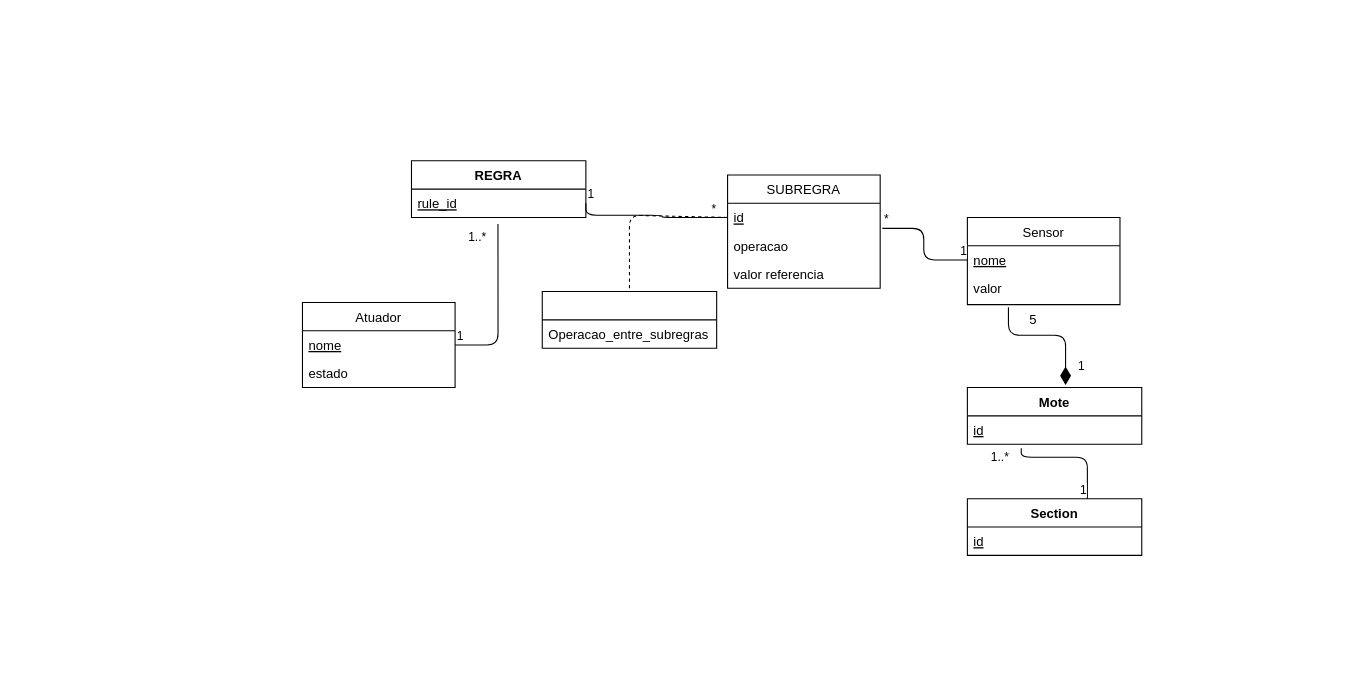
Automation-yatata/Industry4.0-PizzaPlace keeps this draw.io diagram as page "Page-3" (3 of 3) of squematics/DB.drawio. Above is the earlier version. Source tidied: cells renumbered, new cells numbered last; positions are measured from the earlier drawing's top-left corner, leaving out a move shared by most shapes. Both pictures are drawn from the tidied source at 109%, with x=0, y=0 at pixel (302, 160).
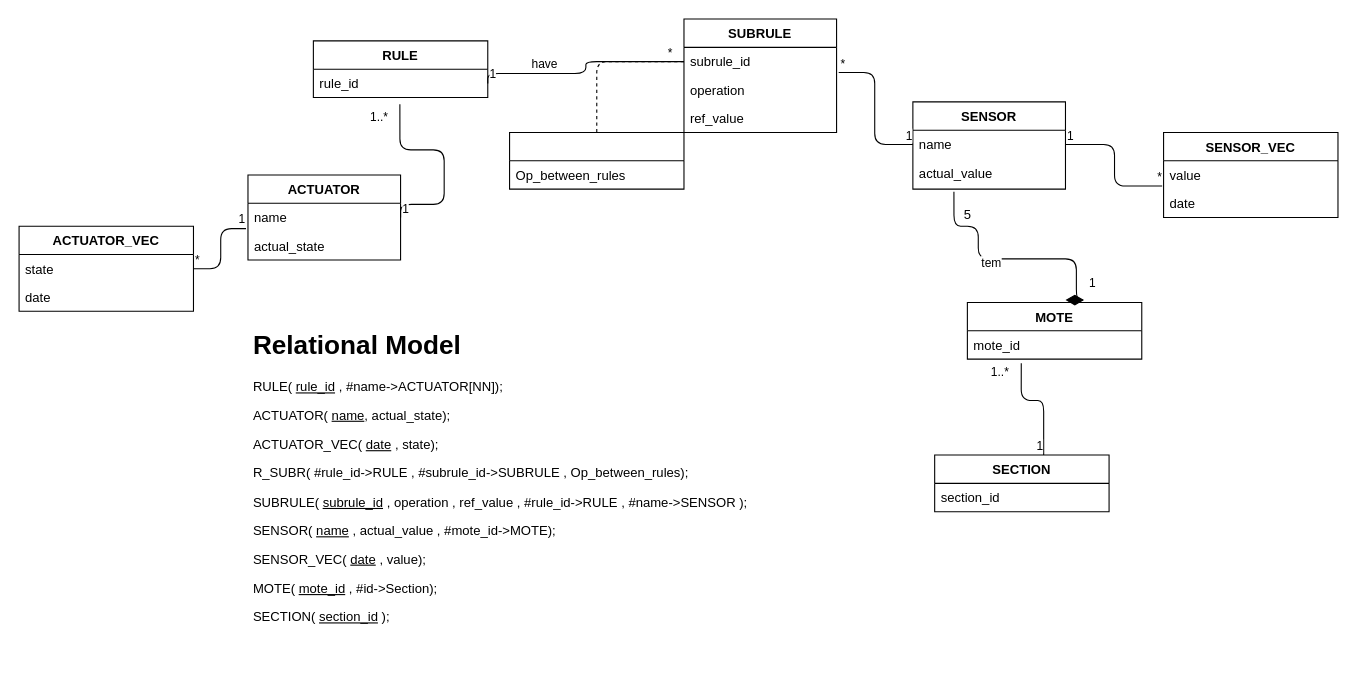
The same page after the edit.

What changed in the source:
```diff
@@
-    <mxCell id="2" value="REGRA" style="swimlane;fontStyle=1;align=center;verticalAlign=top;horizontal=1;startSize=26;" parent="1" vertex="1">
-      <mxGeometry x="100" width="160" height="52" as="geometry" />
+    <mxCell id="2" value="RULE" style="swimlane;fontStyle=1;align=center;verticalAlign=top;horizontal=1;startSize=26;" parent="1" vertex="1">
+      <mxGeometry x="10" y="-110" width="160" height="52" as="geometry" />
     </mxCell>
-    <mxCell id="3" value="rule_id" style="text;strokeColor=none;fillColor=none;align=left;verticalAlign=top;spacingLeft=4;spacingRight=4;overflow=hidden;points=[[0,0.5],[1,0.5]];portConstraint=eastwest;fontStyle=4;" parent="2" vertex="1">
+    <mxCell id="3" value="rule_id" style="text;strokeColor=none;fillColor=none;align=left;verticalAlign=top;spacingLeft=4;spacingRight=4;overflow=hidden;points=[[0,0.5],[1,0.5]];portConstraint=eastwest;fontStyle=0;" parent="2" vertex="1">
       <mxGeometry y="26" width="160" height="26" as="geometry" />
     </mxCell>
-    <mxCell id="4" value="SUBREGRA" style="swimlane;fontStyle=0;horizontal=1;startSize=26;fillColor=none;" parent="1" vertex="1">
-      <mxGeometry x="390" y="13" width="140" height="104" as="geometry" />
+    <mxCell id="4" value="SUBRULE" style="swimlane;fontStyle=1;horizontal=1;startSize=26;fillColor=none;" parent="1" vertex="1">
+      <mxGeometry x="350" y="-130" width="140" height="104" as="geometry" />
     </mxCell>
-    <mxCell id="5" value="id" style="text;strokeColor=none;fillColor=none;align=left;verticalAlign=top;spacingLeft=4;spacingRight=4;overflow=hidden;points=[[0,0.5],[1,0.5]];portConstraint=eastwest;fontStyle=4;" parent="4" vertex="1">
+    <mxCell id="5" value="subrule_id" style="text;strokeColor=none;fillColor=none;align=left;verticalAlign=top;spacingLeft=4;spacingRight=4;overflow=hidden;points=[[0,0.5],[1,0.5]];portConstraint=eastwest;fontStyle=0;" parent="4" vertex="1">
       <mxGeometry y="26" width="140" height="26" as="geometry" />
     </mxCell>
-    <mxCell id="6" value="operacao" style="text;strokeColor=none;fillColor=none;align=left;verticalAlign=top;spacingLeft=4;spacingRight=4;overflow=hidden;" parent="4" vertex="1">
+    <mxCell id="6" value="operation" style="text;strokeColor=none;fillColor=none;align=left;verticalAlign=top;spacingLeft=4;spacingRight=4;overflow=hidden;" parent="4" vertex="1">
       <mxGeometry y="52" width="140" height="26" as="geometry" />
     </mxCell>
-    <mxCell id="7" value="valor referencia" style="text;strokeColor=none;fillColor=none;align=left;verticalAlign=top;spacingLeft=4;spacingRight=4;overflow=hidden;" parent="4" vertex="1">
+    <mxCell id="7" value="ref_value" style="text;strokeColor=none;fillColor=none;align=left;verticalAlign=top;spacingLeft=4;spacingRight=4;overflow=hidden;" parent="4" vertex="1">
       <mxGeometry y="78" width="140" height="26" as="geometry" />
     </mxCell>
     <mxCell id="8" style="endArrow=none;html=1;edgeStyle=orthogonalEdgeStyle;exitX=1;exitY=0.5;exitDx=0;exitDy=0;entryX=0;entryY=0.5;entryDx=0;entryDy=0;" parent="1" edge="1" source="3" target="5">
       <mxGeometry relative="1" as="geometry">
         <Array as="points">
-          <mxPoint x="260" y="50" />
-          <mxPoint x="330" y="50" />
-          <mxPoint x="330" y="52" />
+          <mxPoint x="170" y="-80" />
+          <mxPoint x="260" y="-80" />
+          <mxPoint x="260" y="-91" />
         </Array>
       </mxGeometry>
     </mxCell>
@@
+    <mxCell id="35" value="have" style="edgeLabel;html=1;align=center;verticalAlign=middle;" parent="8" vertex="1">
+      <mxGeometry x="-0.4" y="1" relative="1" as="geometry">
+        <mxPoint y="-9" as="offset" />
+      </mxGeometry>
+    </mxCell>
-    <mxCell id="11" value="Sensor" style="swimlane;fontStyle=0;horizontal=1;startSize=26;fillColor=none;" parent="1" vertex="1">
-      <mxGeometry x="610" y="52" width="140" height="80" as="geometry" />
+    <mxCell id="11" value="SENSOR" style="swimlane;fontStyle=1;horizontal=1;startSize=26;fillColor=none;" parent="1" vertex="1">
+      <mxGeometry x="560" y="-54" width="140" height="80" as="geometry" />
     </mxCell>
-    <mxCell id="12" value="nome" style="text;strokeColor=none;fillColor=none;align=left;verticalAlign=top;spacingLeft=4;spacingRight=4;overflow=hidden;points=[[0,0.5],[1,0.5]];portConstraint=eastwest;fontStyle=4;" parent="11" vertex="1">
+    <mxCell id="12" value="name" style="text;strokeColor=none;fillColor=none;align=left;verticalAlign=top;spacingLeft=4;spacingRight=4;overflow=hidden;points=[[0,0.5],[1,0.5]];portConstraint=eastwest;fontStyle=0;" parent="11" vertex="1">
       <mxGeometry y="26" width="140" height="26" as="geometry" />
     </mxCell>
-    <mxCell id="13" value="valor" style="text;strokeColor=none;fillColor=none;align=left;verticalAlign=top;spacingLeft=4;spacingRight=4;overflow=hidden;points=[[0,0.5],[1,0.5]];portConstraint=eastwest;" parent="11" vertex="1">
+    <mxCell id="13" value="actual_value" style="text;strokeColor=none;fillColor=none;align=left;verticalAlign=top;spacingLeft=4;spacingRight=4;overflow=hidden;points=[[0,0.5],[1,0.5]];portConstraint=eastwest;" parent="11" vertex="1">
       <mxGeometry y="52" width="140" height="28" as="geometry" />
     </mxCell>
-    <mxCell id="14" value="Atuador" style="swimlane;fontStyle=0;horizontal=1;startSize=26;fillColor=none;" parent="1" vertex="1">
-      <mxGeometry y="130" width="140" height="78" as="geometry" />
+    <mxCell id="14" value="ACTUATOR" style="swimlane;fontStyle=1;horizontal=1;startSize=26;fillColor=none;" parent="1" vertex="1">
+      <mxGeometry x="-50" y="13" width="140" height="78" as="geometry" />
     </mxCell>
-    <mxCell id="15" value="nome" style="text;strokeColor=none;fillColor=none;align=left;verticalAlign=top;spacingLeft=4;spacingRight=4;overflow=hidden;points=[[0,0.5],[1,0.5]];portConstraint=eastwest;fontStyle=4;" parent="14" vertex="1">
+    <mxCell id="15" value="name" style="text;strokeColor=none;fillColor=none;align=left;verticalAlign=top;spacingLeft=4;spacingRight=4;overflow=hidden;points=[[0,0.5],[1,0.5]];portConstraint=eastwest;fontStyle=0;" parent="14" vertex="1">
       <mxGeometry y="26" width="140" height="26" as="geometry" />
     </mxCell>
-    <mxCell id="16" value="estado" style="text;strokeColor=none;fillColor=none;align=left;verticalAlign=top;spacingLeft=4;spacingRight=4;overflow=hidden;" parent="14" vertex="1">
+    <mxCell id="16" value="actual_state" style="text;strokeColor=none;fillColor=none;align=left;verticalAlign=top;spacingLeft=4;spacingRight=4;overflow=hidden;" parent="14" vertex="1">
       <mxGeometry y="52" width="140" height="26" as="geometry" />
     </mxCell>
     <mxCell id="17" style="endArrow=none;html=1;edgeStyle=orthogonalEdgeStyle;exitX=1;exitY=0.5;exitDx=0;exitDy=0;entryX=0.496;entryY=1.233;entryDx=0;entryDy=0;entryPerimeter=0;" parent="1" edge="1" source="15" target="3">
       <mxGeometry relative="1" as="geometry">
         <Array as="points">
-          <mxPoint x="179" y="169" />
+          <mxPoint x="90" y="40" />
+          <mxPoint x="130" y="40" />
+          <mxPoint x="130" y="-10" />
+          <mxPoint x="89" y="-10" />
         </Array>
       </mxGeometry>
     </mxCell>
@@
     <mxCell id="20" style="endArrow=none;dashed=1;html=1;endFill=0;entryX=0.5;entryY=0;entryDx=0;entryDy=0;exitX=0;exitY=0.5;exitDx=0;exitDy=0;" parent="1" edge="1" source="5" target="21">
       <mxGeometry relative="1" as="geometry">
         <Array as="points">
-          <mxPoint x="300" y="50" />
+          <mxPoint x="270" y="-91" />
         </Array>
       </mxGeometry>
     </mxCell>
     <mxCell id="21" style="swimlane;fontStyle=0;horizontal=1;startSize=26;fillColor=none;" parent="1" vertex="1">
-      <mxGeometry x="220" y="120" width="160" height="52" as="geometry" />
+      <mxGeometry x="190" y="-26" width="160" height="52" as="geometry" />
     </mxCell>
-    <mxCell id="22" value="Operacao_entre_subregras" style="text;strokeColor=none;fillColor=none;align=left;verticalAlign=top;spacingLeft=4;spacingRight=4;overflow=hidden;" parent="21" vertex="1">
+    <mxCell id="22" value="Op_between_rules" style="text;strokeColor=none;fillColor=none;align=left;verticalAlign=top;spacingLeft=4;spacingRight=4;overflow=hidden;" parent="21" vertex="1">
       <mxGeometry y="26" width="160" height="26" as="geometry" />
     </mxCell>
@@
-    <mxCell id="26" value="Mote" style="swimlane;fontStyle=1;align=center;verticalAlign=top;horizontal=1;startSize=26;" parent="1" vertex="1">
-      <mxGeometry x="610" y="208" width="160" height="52" as="geometry" />
+    <mxCell id="26" value="MOTE" style="swimlane;fontStyle=1;align=center;verticalAlign=top;horizontal=1;startSize=26;" parent="1" vertex="1">
+      <mxGeometry x="610" y="130" width="160" height="52" as="geometry" />
     </mxCell>
-    <mxCell id="27" value="id" style="text;strokeColor=none;fillColor=none;align=left;verticalAlign=top;spacingLeft=4;spacingRight=4;overflow=hidden;points=[[0,0.5],[1,0.5]];portConstraint=eastwest;fontStyle=4;" parent="26" vertex="1">
+    <mxCell id="27" value="mote_id&#10;" style="text;strokeColor=none;fillColor=none;align=left;verticalAlign=top;spacingLeft=4;spacingRight=4;overflow=hidden;points=[[0,0.5],[1,0.5]];portConstraint=eastwest;fontStyle=0;" parent="26" vertex="1">
       <mxGeometry y="26" width="160" height="26" as="geometry" />
     </mxCell>
     <mxCell id="28" value="1" style="endArrow=none;html=1;endSize=12;startArrow=diamondThin;startSize=14;startFill=1;edgeStyle=orthogonalEdgeStyle;align=left;verticalAlign=bottom;entryX=0.269;entryY=1.088;entryDx=0;entryDy=0;entryPerimeter=0;exitX=0.563;exitY=-0.042;exitDx=0;exitDy=0;exitPerimeter=0;endFill=0;" parent="1" edge="1" source="26" target="13">
       <mxGeometry x="-0.85" y="-10" relative="1" as="geometry">
         <Array as="points">
-          <mxPoint x="700" y="160" />
-          <mxPoint x="648" y="160" />
+          <mxPoint x="710" y="128" />
+          <mxPoint x="710" y="90" />
+          <mxPoint x="620" y="90" />
+          <mxPoint x="620" y="60" />
+          <mxPoint x="598" y="60" />
         </Array>
       </mxGeometry>
     </mxCell>
+    <mxCell id="36" value="tem" style="edgeLabel;html=1;align=center;verticalAlign=middle;" parent="28" vertex="1">
+      <mxGeometry x="0.13" y="3" relative="1" as="geometry">
+        <mxPoint x="-1" as="offset" />
+      </mxGeometry>
+    </mxCell>
     <mxCell id="29" value="5" style="text;html=1;align=center;verticalAlign=middle;strokeColor=none;" parent="1" vertex="1">
-      <mxGeometry x="660" y="136" width="20" height="20" as="geometry" />
+      <mxGeometry x="600" y="40" width="20" height="20" as="geometry" />
     </mxCell>
-    <mxCell id="30" value="Section" style="swimlane;fontStyle=1;align=center;verticalAlign=top;horizontal=1;startSize=26;" parent="1" vertex="1">
-      <mxGeometry x="610" y="310" width="160" height="52" as="geometry" />
+    <mxCell id="30" value="SECTION" style="swimlane;fontStyle=1;align=center;verticalAlign=top;horizontal=1;startSize=26;" parent="1" vertex="1">
+      <mxGeometry x="580" y="270" width="160" height="52" as="geometry" />
     </mxCell>
-    <mxCell id="31" value="id" style="text;strokeColor=none;fillColor=none;align=left;verticalAlign=top;spacingLeft=4;spacingRight=4;overflow=hidden;fontStyle=4;" parent="30" vertex="1">
+    <mxCell id="31" value="section_id" style="text;strokeColor=none;fillColor=none;align=left;verticalAlign=top;spacingLeft=4;spacingRight=4;overflow=hidden;fontStyle=0;" parent="30" vertex="1">
       <mxGeometry y="26" width="160" height="26" as="geometry" />
     </mxCell>
-    <mxCell id="32" style="endArrow=none;html=1;edgeStyle=orthogonalEdgeStyle;exitX=0.309;exitY=1.147;exitDx=0;exitDy=0;exitPerimeter=0;entryX=0.688;entryY=0;entryDx=0;entryDy=0;entryPerimeter=0;" parent="1" edge="1" source="27" target="30">
+    <mxCell id="32" style="endArrow=none;html=1;edgeStyle=orthogonalEdgeStyle;exitX=0.309;exitY=1.147;exitDx=0;exitDy=0;exitPerimeter=0;" parent="1" edge="1" source="27">
       <mxGeometry relative="1" as="geometry">
+        <mxPoint x="680" y="270" as="targetPoint" />
         <Array as="points">
-          <mxPoint x="659" y="272" />
-          <mxPoint x="720" y="272" />
+          <mxPoint x="659" y="220" />
+          <mxPoint x="680" y="220" />
         </Array>
       </mxGeometry>
     </mxCell>
@@
+    <mxCell id="37" value="&lt;h1&gt;Relational Model&lt;/h1&gt;&lt;p&gt;RULE( &lt;u&gt;rule_id&lt;/u&gt; , #name-&amp;gt;ACTUATOR[NN]);&lt;/p&gt;&lt;p&gt;ACTUATOR( &lt;u&gt;name&lt;/u&gt;, actual_state);&lt;/p&gt;&lt;p&gt;ACTUATOR_VEC( &lt;u&gt;date&lt;/u&gt;&amp;nbsp;, state);&lt;/p&gt;&lt;p&gt;R_SUBR( #rule_id-&amp;gt;RULE , #subrule_id-&amp;gt;SUBRULE , Op_between_rules);&lt;/p&gt;&lt;p&gt;SUBRULE( &lt;u&gt;subrule_id&lt;/u&gt;&amp;nbsp;, operation , ref_value , #rule_id-&amp;gt;RULE , #name-&amp;gt;SENSOR );&lt;/p&gt;&lt;p&gt;SENSOR( &lt;u&gt;name&lt;/u&gt;&amp;nbsp;, actual_value , #mote_id-&amp;gt;MOTE);&lt;/p&gt;&lt;p&gt;SENSOR_VEC( &lt;u&gt;date&lt;/u&gt;&amp;nbsp;, value);&lt;/p&gt;&lt;p&gt;MOTE( &lt;u&gt;mote_id&lt;/u&gt;&amp;nbsp;, #id-&amp;gt;Section);&lt;/p&gt;&lt;p&gt;SECTION( &lt;u&gt;section_id&lt;/u&gt;&amp;nbsp;);&amp;nbsp;&lt;/p&gt;&lt;p&gt;&lt;br&gt;&lt;/p&gt;" style="text;html=1;strokeColor=none;fillColor=none;spacing=5;spacingTop=-20;whiteSpace=wrap;overflow=hidden;rounded=0;" parent="1" vertex="1">
+      <mxGeometry x="-50" y="150" width="500" height="320" as="geometry" />
+    </mxCell>
+    <mxCell id="38" value="ACTUATOR_VEC" style="swimlane;fontStyle=1;align=center;verticalAlign=top;horizontal=1;startSize=26;" parent="1" vertex="1">
+      <mxGeometry x="-260" y="60" width="160" height="78" as="geometry" />
+    </mxCell>
+    <mxCell id="39" value="state" style="text;strokeColor=none;fillColor=none;align=left;verticalAlign=top;spacingLeft=4;spacingRight=4;overflow=hidden;points=[[0,0.5],[1,0.5]];portConstraint=eastwest;" parent="38" vertex="1">
+      <mxGeometry y="26" width="160" height="26" as="geometry" />
+    </mxCell>
+    <mxCell id="40" value="date" style="text;strokeColor=none;fillColor=none;align=left;verticalAlign=top;spacingLeft=4;spacingRight=4;overflow=hidden;" parent="38" vertex="1">
+      <mxGeometry y="52" width="160" height="26" as="geometry" />
+    </mxCell>
+    <mxCell id="41" style="endArrow=none;html=1;edgeStyle=orthogonalEdgeStyle;exitX=1;exitY=0.5;exitDx=0;exitDy=0;entryX=-0.013;entryY=0.894;entryDx=0;entryDy=0;entryPerimeter=0;" parent="1" edge="1" source="39" target="15">
+      <mxGeometry relative="1" as="geometry" />
+    </mxCell>
+    <mxCell id="42" value="*" style="edgeLabel;html=1;align=left;verticalAlign=bottom;" parent="41" vertex="1">
+      <mxGeometry x="-1" relative="1" as="geometry" />
+    </mxCell>
+    <mxCell id="43" value="1" style="edgeLabel;html=1;align=right;verticalAlign=bottom;" parent="41" vertex="1">
+      <mxGeometry x="1" relative="1" as="geometry" />
+    </mxCell>
+    <mxCell id="44" value="SENSOR_VEC" style="swimlane;fontStyle=1;align=center;verticalAlign=top;horizontal=1;startSize=26;" parent="1" vertex="1">
+      <mxGeometry x="790" y="-26" width="160" height="78" as="geometry" />
+    </mxCell>
+    <mxCell id="45" value="value" style="text;strokeColor=none;fillColor=none;align=left;verticalAlign=top;spacingLeft=4;spacingRight=4;overflow=hidden;points=[[0,0.5],[1,0.5]];portConstraint=eastwest;" parent="44" vertex="1">
+      <mxGeometry y="26" width="160" height="26" as="geometry" />
+    </mxCell>
+    <mxCell id="46" value="date" style="text;strokeColor=none;fillColor=none;align=left;verticalAlign=top;spacingLeft=4;spacingRight=4;overflow=hidden;" parent="44" vertex="1">
+      <mxGeometry y="52" width="160" height="26" as="geometry" />
+    </mxCell>
+    <mxCell id="47" style="endArrow=none;html=1;edgeStyle=orthogonalEdgeStyle;exitX=1;exitY=0.5;exitDx=0;exitDy=0;entryX=-0.008;entryY=0.891;entryDx=0;entryDy=0;entryPerimeter=0;" parent="1" edge="1" source="12" target="45">
+      <mxGeometry relative="1" as="geometry" />
+    </mxCell>
+    <mxCell id="48" value="1" style="edgeLabel;html=1;align=left;verticalAlign=bottom;" parent="47" vertex="1">
+      <mxGeometry x="-1" relative="1" as="geometry" />
+    </mxCell>
+    <mxCell id="49" value="*" style="edgeLabel;html=1;align=right;verticalAlign=bottom;" parent="47" vertex="1">
+      <mxGeometry x="1" relative="1" as="geometry" />
+    </mxCell>
```
